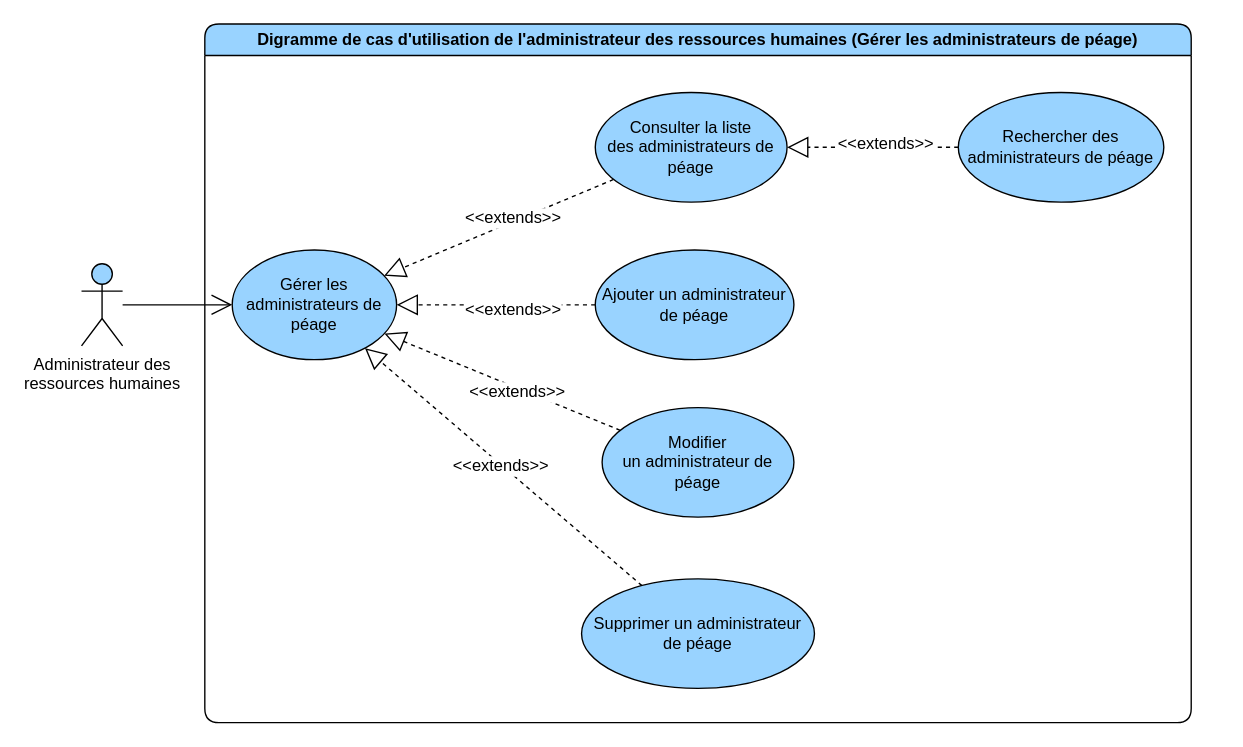
The draw.io diagram page "Gerer les administrateurs de peage" (3 of 5) of diagrams/use-case/administrateur-des-ressources-humaines.drawio in devlotfi/peage-pay, before the edit. Source tidied: cells renumbered, new cells numbered last; positions are measured from the earlier drawing's top-left corner, leaving out a move shared by most shapes. Both pictures are drawn from the tidied source at 137%, with x=0, y=0 at pixel (81, 23).
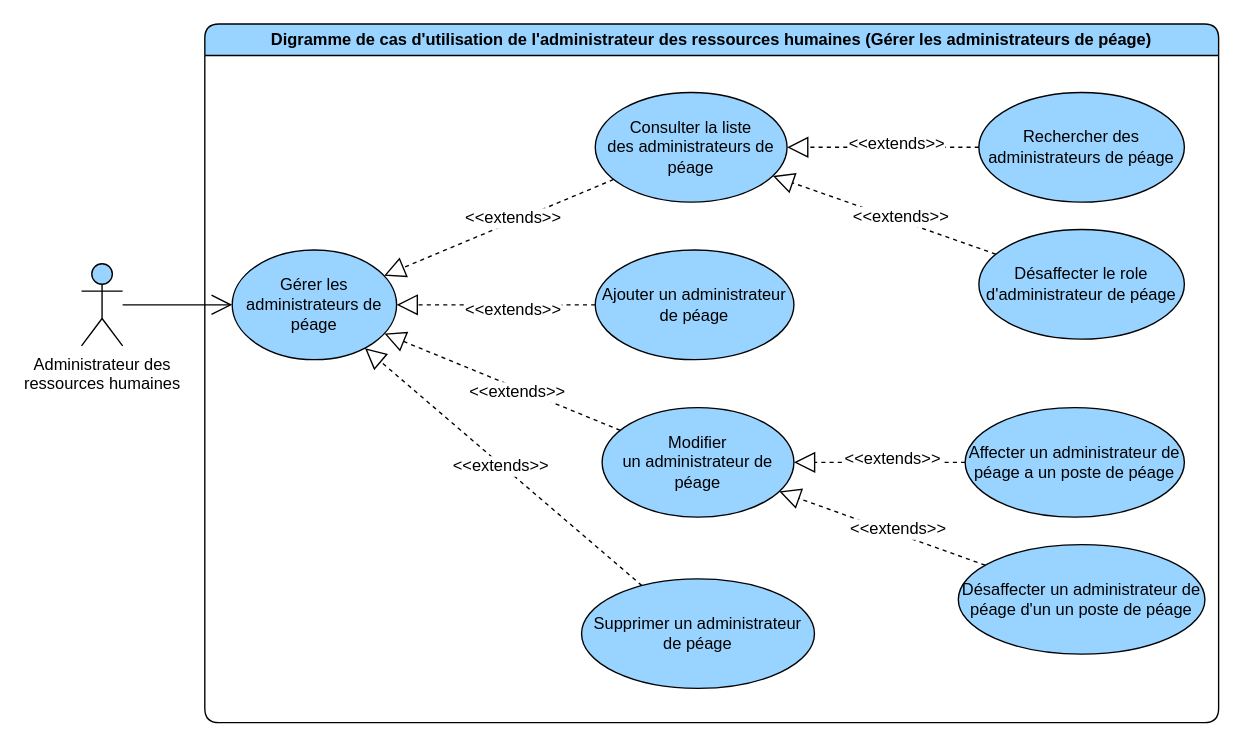
The same page after the edit.

The change refers to these unchanged cells:
```xml
<mxCell id="9" value="Modifier un&amp;nbsp;administrateur de péage" style="ellipse;whiteSpace=wrap;html=1;strokeColor=default;align=center;verticalAlign=middle;fontFamily=Helvetica;fontSize=12;fontColor=default;fillColor=#99D3FF;" parent="2" vertex="1">
  <mxGeometry x="290" y="280" width="140" height="80" as="geometry" />
</mxCell>
<mxCell id="15" value="Consulter la liste des&amp;nbsp;administrateurs de péage" style="ellipse;whiteSpace=wrap;html=1;strokeColor=default;align=center;verticalAlign=middle;fontFamily=Helvetica;fontSize=12;fontColor=default;fillColor=#99D3FF;" parent="2" vertex="1">
  <mxGeometry x="285" y="50" width="140" height="80" as="geometry" />
</mxCell>
```

Diff of the diagram source:
```diff
@@
     <mxCell id="2" value="Digramme de cas d'utilisation de l'administrateur des ressources humaines (Gérer les administrateurs de péage)" style="swimlane;whiteSpace=wrap;html=1;rounded=1;fillColor=#99D3FF;" parent="1" vertex="1">
-      <mxGeometry x="90" width="720" height="510" as="geometry" />
+      <mxGeometry x="90" width="740" height="510" as="geometry" />
     </mxCell>
@@
     <mxCell id="16" value="Rechercher des administrateurs de péage" style="ellipse;whiteSpace=wrap;html=1;strokeColor=default;align=center;verticalAlign=middle;fontFamily=Helvetica;fontSize=12;fontColor=default;fillColor=#99D3FF;" parent="2" vertex="1">
-      <mxGeometry x="550" y="50" width="150" height="80" as="geometry" />
+      <mxGeometry x="565" y="50" width="150" height="80" as="geometry" />
     </mxCell>
@@
+    <mxCell id="21" value="Affecter un administrateur de péage a un poste de péage" style="ellipse;whiteSpace=wrap;html=1;strokeColor=default;align=center;verticalAlign=middle;fontFamily=Helvetica;fontSize=12;fontColor=default;fillColor=#99D3FF;" parent="2" vertex="1">
+      <mxGeometry x="555" y="280" width="160" height="80" as="geometry" />
+    </mxCell>
+    <mxCell id="22" style="edgeStyle=none;rounded=0;jettySize=auto;html=1;dashed=1;strokeColor=default;align=center;verticalAlign=middle;fontFamily=Helvetica;fontSize=12;fontColor=default;labelBackgroundColor=default;startSize=6;endArrow=block;endFill=0;endSize=13;" parent="2" edge="1" source="21" target="9">
+      <mxGeometry relative="1" as="geometry" />
+    </mxCell>
+    <mxCell id="23" value="&amp;lt;&amp;lt;extends&amp;gt;&amp;gt;" style="edgeLabel;html=1;align=center;verticalAlign=middle;strokeColor=default;fontFamily=Helvetica;fontSize=12;fontColor=default;labelBackgroundColor=default;fillColor=#99D3FF;" parent="22" vertex="1">
+      <mxGeometry x="-0.12" y="-3" relative="1" as="geometry">
+        <mxPoint x="1" as="offset" />
+      </mxGeometry>
+    </mxCell>
+    <mxCell id="24" value="Désaffecter un administrateur de péage d'un un poste de péage" style="ellipse;whiteSpace=wrap;html=1;strokeColor=default;align=center;verticalAlign=middle;fontFamily=Helvetica;fontSize=12;fontColor=default;fillColor=#99D3FF;" parent="2" vertex="1">
+      <mxGeometry x="550" y="380" width="180" height="80" as="geometry" />
+    </mxCell>
+    <mxCell id="25" style="edgeStyle=none;rounded=0;jettySize=auto;html=1;dashed=1;strokeColor=default;align=center;verticalAlign=middle;fontFamily=Helvetica;fontSize=12;fontColor=default;labelBackgroundColor=default;startSize=6;endArrow=block;endFill=0;endSize=13;" parent="2" edge="1" source="24" target="9">
+      <mxGeometry relative="1" as="geometry" />
+    </mxCell>
+    <mxCell id="26" value="&amp;lt;&amp;lt;extends&amp;gt;&amp;gt;" style="edgeLabel;html=1;align=center;verticalAlign=middle;strokeColor=default;fontFamily=Helvetica;fontSize=12;fontColor=default;labelBackgroundColor=default;fillColor=#99D3FF;" parent="25" vertex="1">
+      <mxGeometry x="-0.12" y="-3" relative="1" as="geometry">
+        <mxPoint x="1" as="offset" />
+      </mxGeometry>
+    </mxCell>
+    <mxCell id="27" value="Désaffecter le role d'administrateur de péage" style="ellipse;whiteSpace=wrap;html=1;strokeColor=default;align=center;verticalAlign=middle;fontFamily=Helvetica;fontSize=12;fontColor=default;fillColor=#99D3FF;" parent="2" vertex="1">
+      <mxGeometry x="565" y="150" width="150" height="80" as="geometry" />
+    </mxCell>
+    <mxCell id="28" style="edgeStyle=none;rounded=0;jettySize=auto;html=1;dashed=1;strokeColor=default;align=center;verticalAlign=middle;fontFamily=Helvetica;fontSize=12;fontColor=default;labelBackgroundColor=default;startSize=6;endArrow=block;endFill=0;endSize=13;" parent="2" edge="1" source="27" target="15">
+      <mxGeometry relative="1" as="geometry" />
+    </mxCell>
+    <mxCell id="29" value="&amp;lt;&amp;lt;extends&amp;gt;&amp;gt;" style="edgeLabel;html=1;align=center;verticalAlign=middle;strokeColor=default;fontFamily=Helvetica;fontSize=12;fontColor=default;labelBackgroundColor=default;fillColor=#99D3FF;" parent="28" vertex="1">
+      <mxGeometry x="-0.12" y="-3" relative="1" as="geometry">
+        <mxPoint x="1" as="offset" />
+      </mxGeometry>
+    </mxCell>
```
